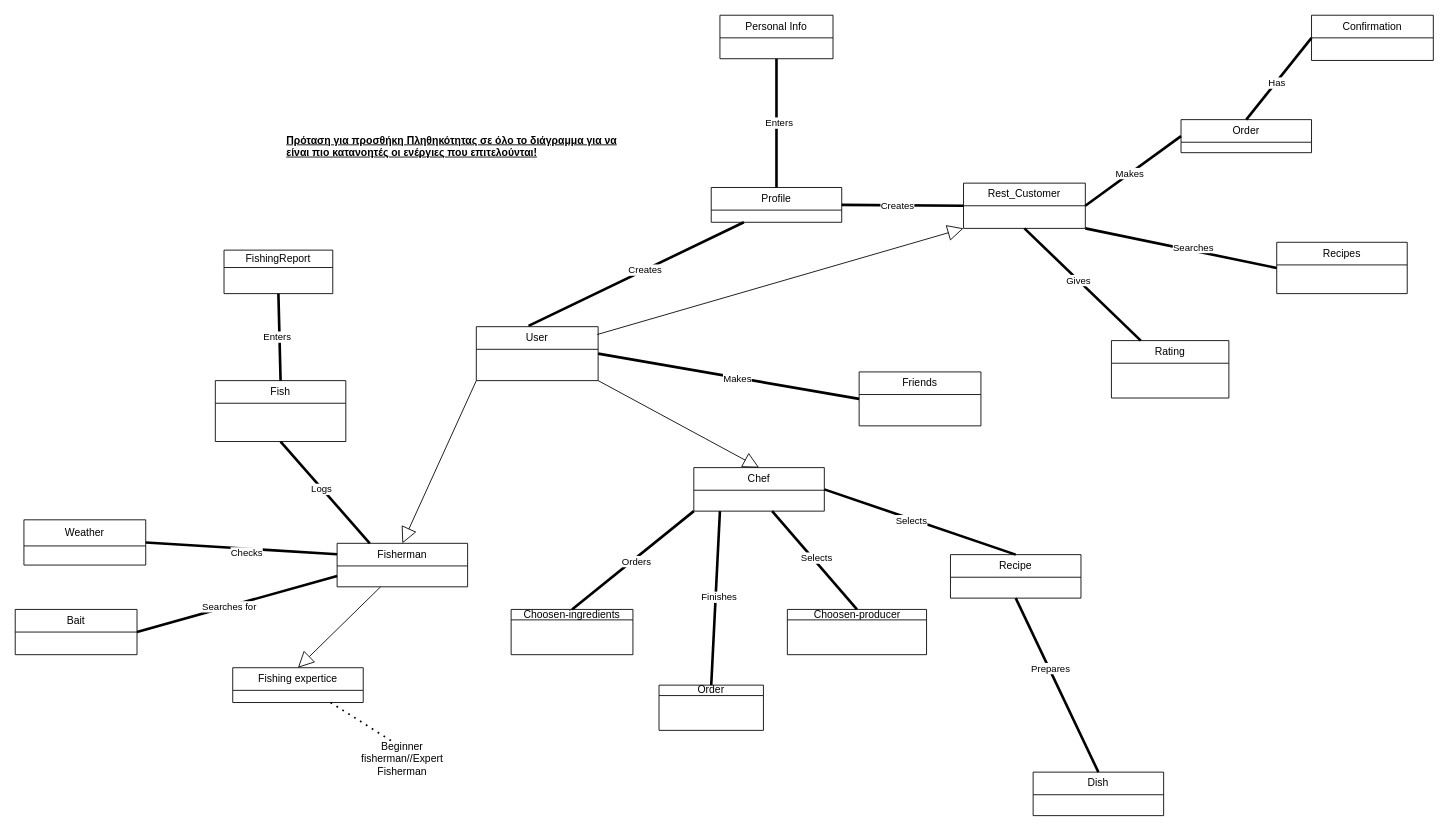
This is domain model - kostas.drawio from TMCEID/SoftEngFishApp, a draw.io file, before an edit. Source tidied: cells renumbered, new cells numbered last; positions are measured from the earlier drawing's top-left corner, leaving out a move shared by most shapes. Both pictures are drawn from the tidied source at 87%, with x=0, y=0 at pixel (15, 15).
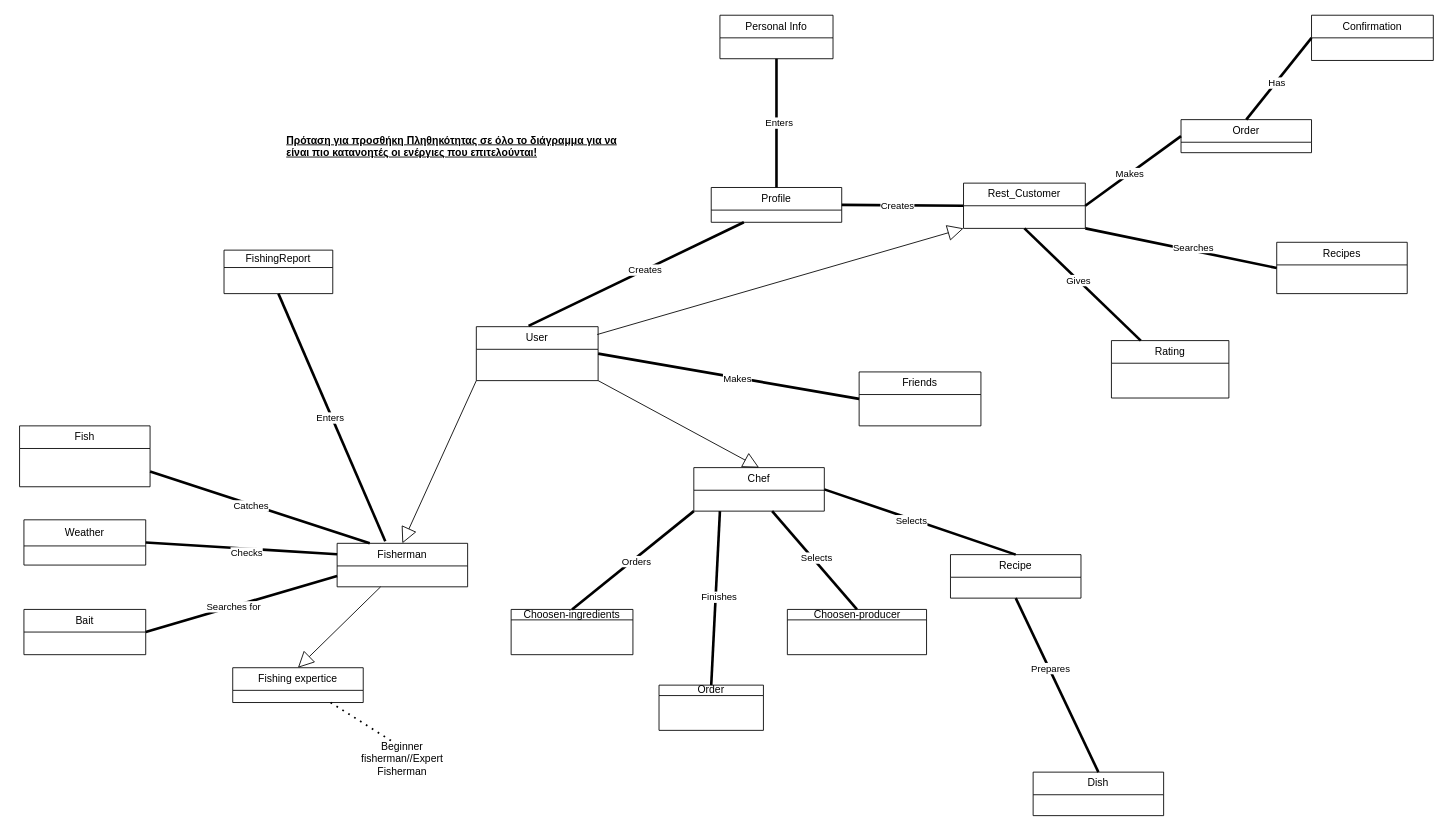
After the change.

Commit message:
Update-Domain model - kostas.drawio

Unchanged cells that the change refers to:
```xml
<mxCell id="11" value="Fisherman" style="swimlane;fontStyle=0;horizontal=1;startSize=26;fillColor=none;whiteSpace=wrap;html=1;" parent="1" vertex="1">
  <mxGeometry x="370" y="607" width="150" height="50" as="geometry" />
</mxCell>
<mxCell id="37" value="FishingReport" style="swimlane;fontStyle=0;horizontal=1;startSize=20;fillColor=none;whiteSpace=wrap;html=1;" parent="1" vertex="1">
  <mxGeometry x="240" y="270" width="125" height="50" as="geometry" />
</mxCell>
```

What changed in the source:
```diff
@@
     <mxCell id="5" value="Bait" style="swimlane;fontStyle=0;horizontal=1;startSize=26;fillColor=none;whiteSpace=wrap;html=1;" parent="1" vertex="1">
-      <mxGeometry y="683" width="140" height="52" as="geometry" />
+      <mxGeometry x="10" y="683" width="140" height="52" as="geometry" />
     </mxCell>
@@
     <mxCell id="7" value="Fish" style="swimlane;fontStyle=0;horizontal=1;startSize=26;fillColor=none;whiteSpace=wrap;html=1;" parent="1" vertex="1">
-      <mxGeometry x="230" y="420" width="150" height="70" as="geometry" />
+      <mxGeometry x="5" y="472" width="150" height="70" as="geometry" />
     </mxCell>
@@
-    <mxCell id="19" style="endArrow=none;startArrow=none;endFill=0;startFill=0;endSize=8;html=1;verticalAlign=bottom;labelBackgroundColor=none;strokeWidth=3;rounded=0;entryX=0.25;entryY=0;entryDx=0;entryDy=0;exitX=0.5;exitY=1;exitDx=0;exitDy=0;" parent="1" edge="1" source="7" target="11">
+    <mxCell id="19" style="endArrow=none;startArrow=none;endFill=0;startFill=0;endSize=8;html=1;verticalAlign=bottom;labelBackgroundColor=none;strokeWidth=3;rounded=0;entryX=0.25;entryY=0;entryDx=0;entryDy=0;exitX=1;exitY=0.75;exitDx=0;exitDy=0;" parent="1" edge="1" source="7" target="11">
       <mxGeometry relative="1" as="geometry" />
     </mxCell>
-    <mxCell id="20" value="Logs" style="edgeLabel;html=1;align=center;verticalAlign=middle;" parent="19" vertex="1">
+    <mxCell id="20" value="Catches" style="edgeLabel;html=1;align=center;verticalAlign=middle;" parent="19" vertex="1">
       <mxGeometry x="-0.08" y="-1" relative="1" as="geometry" />
     </mxCell>
@@
-    <mxCell id="35" style="endArrow=none;startArrow=none;endFill=0;startFill=0;endSize=8;html=1;verticalAlign=bottom;labelBackgroundColor=none;strokeWidth=3;rounded=0;entryX=0.5;entryY=0;entryDx=0;entryDy=0;exitX=0.5;exitY=1;exitDx=0;exitDy=0;" parent="1" edge="1" source="37" target="7">
+    <mxCell id="35" style="endArrow=none;startArrow=none;endFill=0;startFill=0;endSize=8;html=1;verticalAlign=bottom;labelBackgroundColor=none;strokeWidth=3;rounded=0;entryX=0.369;entryY=-0.048;entryDx=0;entryDy=0;exitX=0.5;exitY=1;exitDx=0;exitDy=0;entryPerimeter=0;" parent="1" edge="1" source="37" target="11">
       <mxGeometry relative="1" as="geometry" />
     </mxCell>
```
